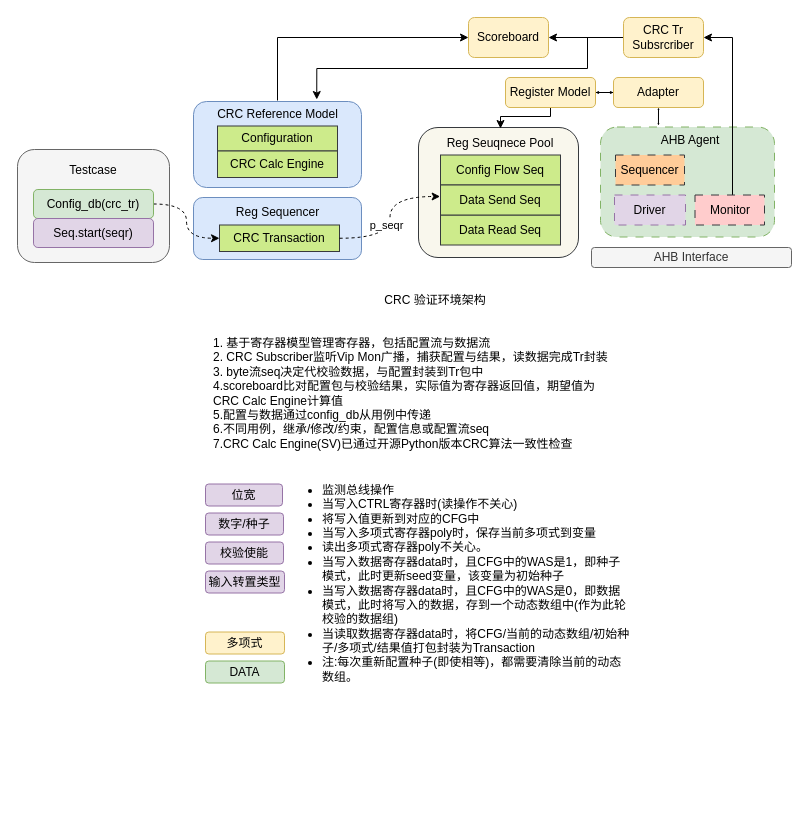
Above: page "CRC标准环境" (3 of 4) of drawio/crc.drawio in iceyxy/flow-chart-drawio (draw.io), before the change. Source tidied: cells renumbered, new cells numbered last; positions are measured from the earlier drawing's top-left corner, leaving out a move shared by most shapes. Both pictures are drawn from the tidied source at 100%, with x=0, y=0 at pixel (17, 17).
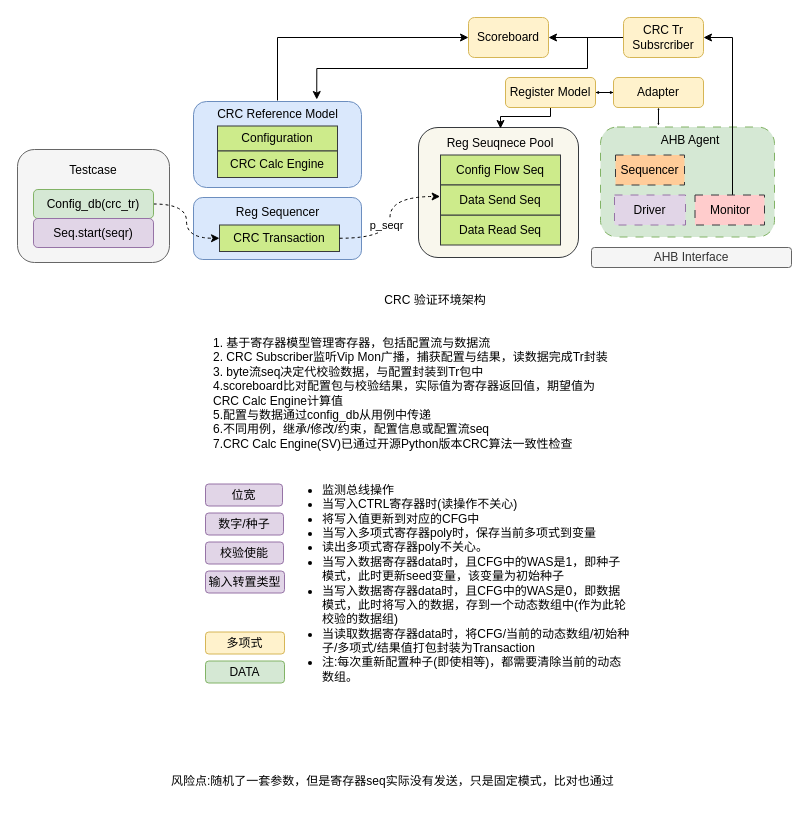
Above is the later version.

What changed in the source:
```diff
@@
+    <mxCell id="47" value="风险点:随机了一套参数，但是寄存器seq实际没有发送，只是固定模式，比对也通过" style="text;html=1;whiteSpace=wrap;strokeColor=none;fillColor=none;align=left;verticalAlign=middle;rounded=0;" parent="1" vertex="1">
+      <mxGeometry x="152" y="749" width="534" height="30" as="geometry" />
+    </mxCell>
```
